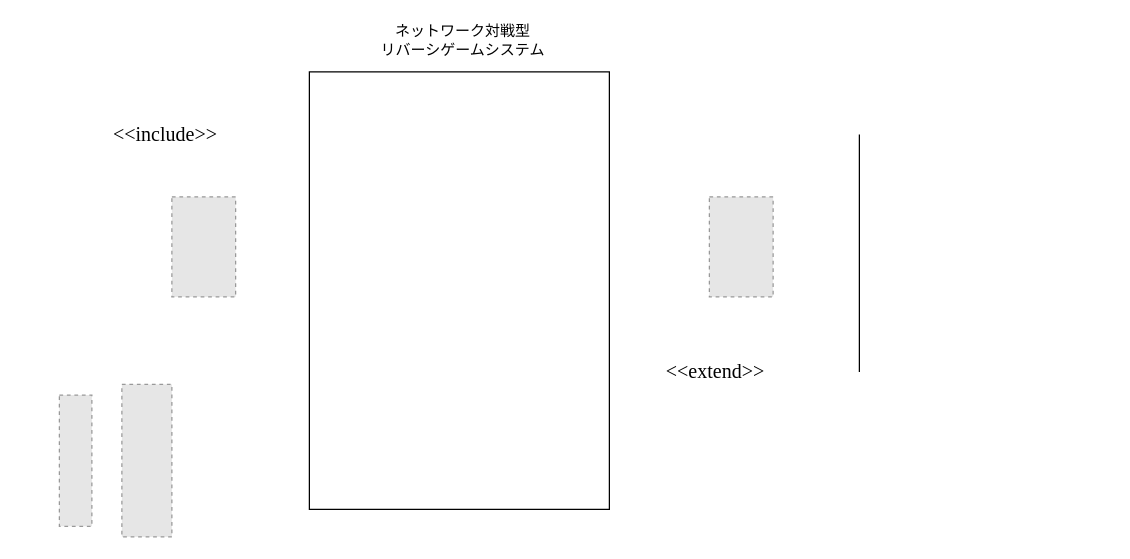
Earlier version of the draw.io diagram 要求仕様書/test2.drawio (ynuOthello2025-group9/YNU_Othello). Source tidied: cells renumbered, new cells numbered last; positions are measured from the earlier drawing's top-left corner, leaving out a move shared by most shapes. Both pictures are drawn from the tidied source at 125%, with x=0, y=0 at pixel (59, 21). Pictures stored in the file or linked from it are replaced by grey dashed boxes.
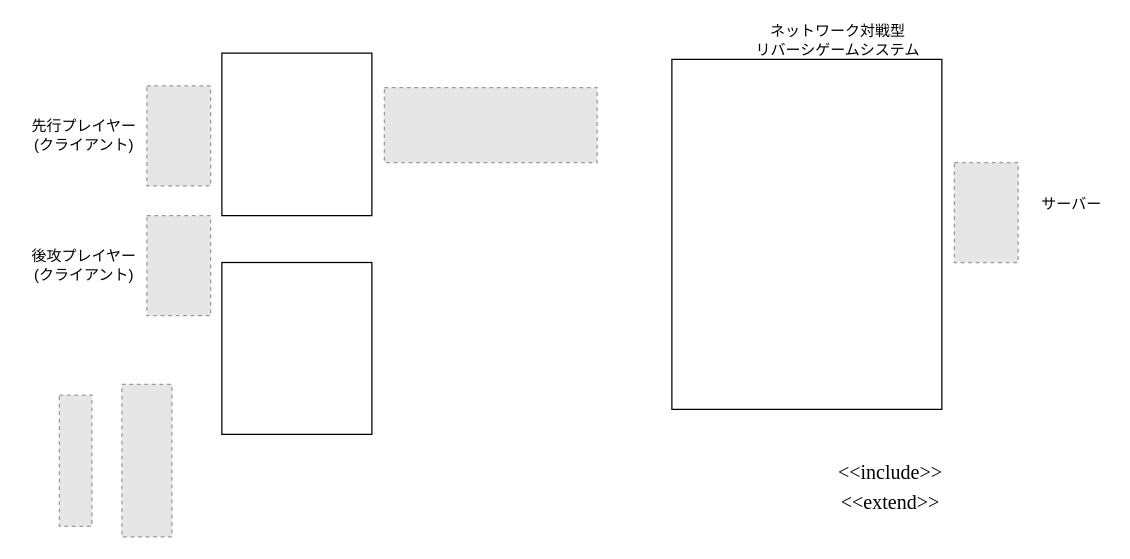
After the change.

Commit message:
test2.drawio を更新します

Change to the diagram source:
```diff
@@
 <mxGraphModel>
   <root>
     <mxCell id="0" />
     <mxCell id="1" parent="0" />
     <mxCell id="2" style="rounded=0;whiteSpace=wrap;html=1;" parent="1" vertex="1">
-      <mxGeometry x="200" y="40" width="240" height="350" as="geometry" />
+      <mxGeometry x="490" y="30" width="216" height="280" as="geometry" />
     </mxCell>
     <mxCell id="3" value="ネットワーク対戦型&lt;br&gt;リバーシゲームシステム" style="text;html=1;align=center;verticalAlign=middle;whiteSpace=wrap;rounded=0;" parent="1" vertex="1">
-      <mxGeometry x="220" width="206" height="30" as="geometry" />
+      <mxGeometry x="520" width="206" height="30" as="geometry" />
     </mxCell>
     <mxCell id="4" style="fillColor=#E6E6E6;strokeColor=#999999;dashed=1;verticalLabelPosition=bottom;labelBackgroundColor=default;verticalAlign=top;" parent="1" vertex="1">
-      <mxGeometry x="520" y="140" width="51" height="80" as="geometry" />
+      <mxGeometry x="716" y="112.5" width="51" height="80" as="geometry" />
     </mxCell>
     <mxCell id="5" style="fillColor=#E6E6E6;strokeColor=#999999;dashed=1;verticalLabelPosition=bottom;labelBackgroundColor=default;verticalAlign=top;" parent="1" vertex="1">
-      <mxGeometry x="90" y="140" width="51" height="80" as="geometry" />
+      <mxGeometry x="70" y="51.2" width="51" height="80" as="geometry" />
     </mxCell>
     <mxCell id="6" style="fillColor=#E6E6E6;strokeColor=#999999;dashed=1;verticalLabelPosition=bottom;labelBackgroundColor=default;verticalAlign=top;" parent="1" vertex="1">
       <mxGeometry x="50" y="290" width="40" height="122" as="geometry" />
     </mxCell>
     <mxCell id="7" style="fillColor=#E6E6E6;strokeColor=#999999;dashed=1;verticalLabelPosition=bottom;labelBackgroundColor=default;verticalAlign=top;" parent="1" vertex="1">
       <mxGeometry y="298.5" width="26" height="105" as="geometry" />
     </mxCell>
     <mxCell id="8" value="&lt;p style=&quot;language:ja;margin-top:7.2pt;margin-bottom:0pt;text-align:left;&lt;br/&gt;direction:ltr;unicode-bidi:embed;vertical-align:baseline;mso-line-break-override:&lt;br/&gt;none;punctuation-wrap:hanging&quot;&gt;&lt;span style=&quot;font-size: 12pt; font-family: &amp;quot;Times New Roman&amp;quot;;&quot;&gt;&amp;lt;&amp;lt;include&amp;gt;&amp;gt;&lt;/span&gt;&lt;/p&gt;" style="text;html=1;align=center;verticalAlign=middle;whiteSpace=wrap;rounded=0;" parent="1" vertex="1">
-      <mxGeometry x="20" y="70" width="130" height="30" as="geometry" />
+      <mxGeometry x="600" y="340" width="130" height="30" as="geometry" />
     </mxCell>
     <mxCell id="9" value="&lt;p style=&quot;language:ja;margin-top:7.2pt;margin-bottom:0pt;text-align:left;&lt;br/&gt;direction:ltr;unicode-bidi:embed;vertical-align:baseline;mso-line-break-override:&lt;br/&gt;none;punctuation-wrap:hanging&quot;&gt;&lt;span style=&quot;font-size: 12pt; font-family: &amp;quot;Times New Roman&amp;quot;;&quot;&gt;&amp;lt;&amp;lt;extend&amp;gt;&amp;gt;&lt;/span&gt;&lt;/p&gt;" style="text;html=1;align=center;verticalAlign=middle;whiteSpace=wrap;rounded=0;" parent="1" vertex="1">
-      <mxGeometry x="460" y="248.5" width="130" height="50" as="geometry" />
+      <mxGeometry x="600" y="353.5" width="130" height="50" as="geometry" />
     </mxCell>
-    <mxCell id="10" style="endArrow=none;html=1;rounded=0;" parent="1" edge="1">
-      <mxGeometry relative="1" as="geometry">
-        <mxPoint x="640" y="280" as="sourcePoint" />
-        <mxPoint x="640" y="90" as="targetPoint" />
-      </mxGeometry>
-    </mxCell>
+    <mxCell id="11" style="fillColor=#E6E6E6;strokeColor=#999999;dashed=1;verticalLabelPosition=bottom;labelBackgroundColor=default;verticalAlign=top;" parent="1" vertex="1">
+      <mxGeometry x="70" y="155" width="51" height="80" as="geometry" />
+    </mxCell>
+    <mxCell id="12" value="先行プレイヤー&lt;br&gt;(クライアント)" style="text;html=1;align=center;verticalAlign=middle;whiteSpace=wrap;rounded=0;" parent="1" vertex="1">
+      <mxGeometry x="-30" y="70" width="100" height="42.5" as="geometry" />
+    </mxCell>
+    <mxCell id="13" value="後攻プレイヤー&lt;br&gt;(クライアント)" style="text;html=1;align=center;verticalAlign=middle;whiteSpace=wrap;rounded=0;" parent="1" vertex="1">
+      <mxGeometry x="-30" y="180" width="100" height="30" as="geometry" />
+    </mxCell>
+    <mxCell id="14" value="サーバー" style="text;html=1;align=center;verticalAlign=middle;whiteSpace=wrap;rounded=0;" parent="1" vertex="1">
+      <mxGeometry x="780" y="131.2" width="60" height="30" as="geometry" />
+    </mxCell>
+    <mxCell id="15" style="rounded=0;whiteSpace=wrap;html=1;" parent="1" vertex="1">
+      <mxGeometry x="130" y="25" width="120" height="130" as="geometry" />
+    </mxCell>
+    <mxCell id="16" style="rounded=0;whiteSpace=wrap;html=1;" parent="1" vertex="1">
+      <mxGeometry x="130" y="192.5" width="120" height="137.5" as="geometry" />
+    </mxCell>
+    <mxCell id="17" style="fillColor=#E6E6E6;strokeColor=#999999;dashed=1;verticalLabelPosition=bottom;labelBackgroundColor=default;verticalAlign=top;" parent="1" vertex="1">
+      <mxGeometry x="260" y="52.5" width="170.2" height="60" as="geometry" />
+    </mxCell>
   </root>
 </mxGraphModel>
```
